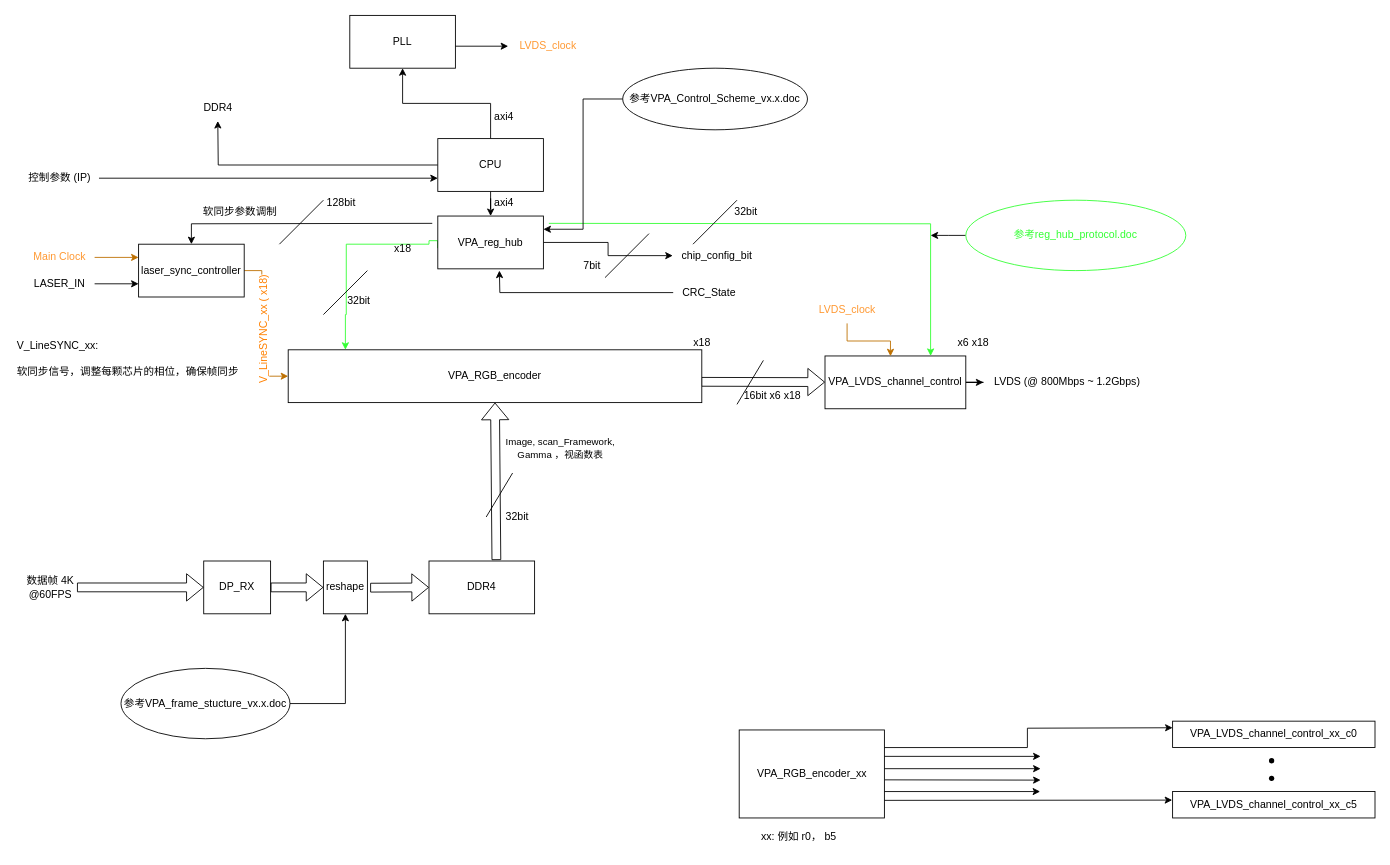
Before: 总体设计文档.drawio in rl3721/VPA_documents, a draw.io diagram. Source tidied: cells renumbered, new cells numbered last; positions are measured from the earlier drawing's top-left corner, leaving out a move shared by most shapes. Both pictures are drawn from the tidied source at 88%, with x=0, y=0 at pixel (15, 15).
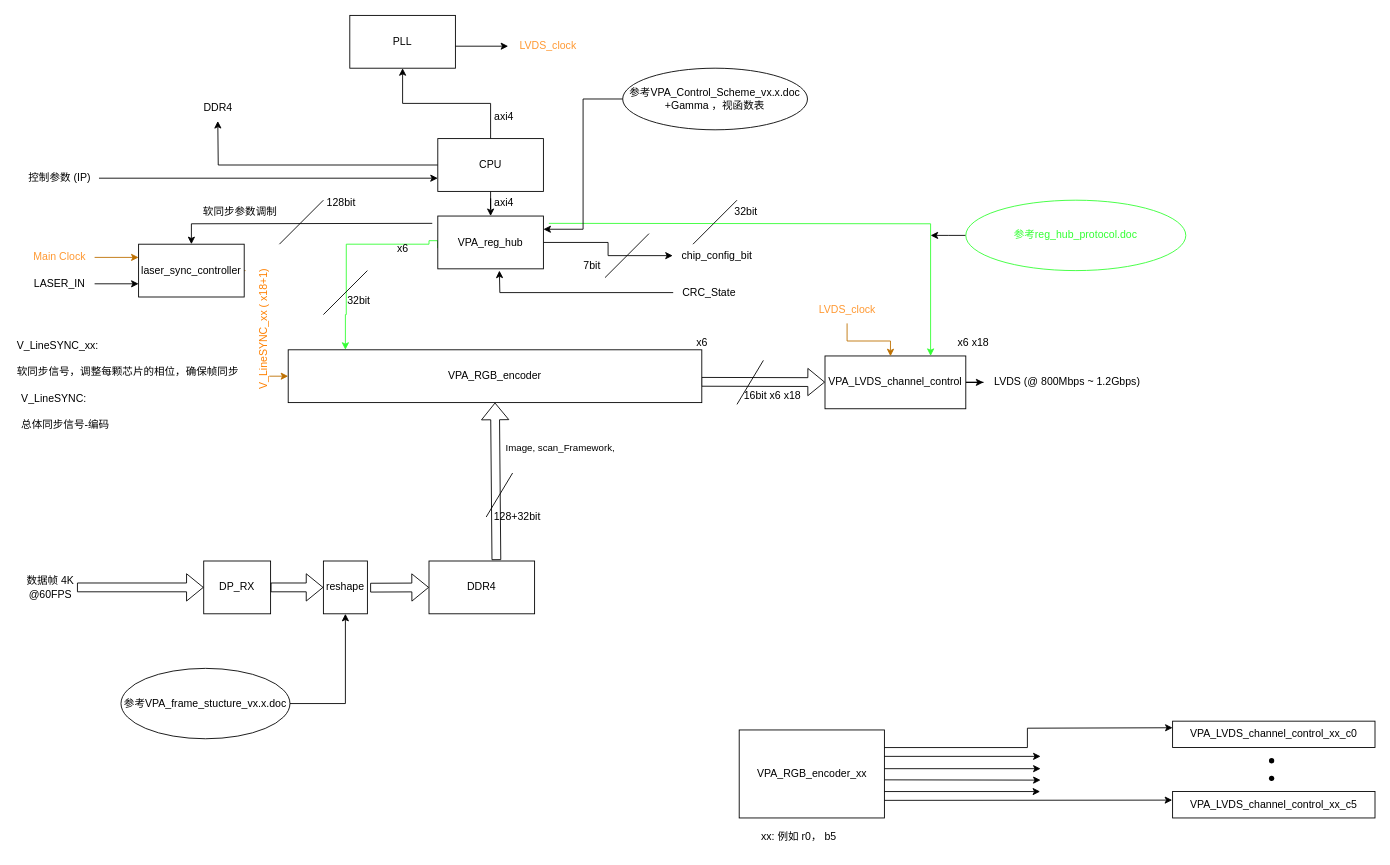
The same page after the edit.

Unchanged cells that the change refers to:
```xml
<mxCell id="2" style="endArrow=classic;html=1;rounded=0;exitX=1;exitY=0.5;exitDx=0;exitDy=0;entryX=0;entryY=0.5;entryDx=0;entryDy=0;fillColor=#f0a30a;strokeColor=#BD7000;" parent="1" edge="1" source="19">
  <mxGeometry relative="1" as="geometry">
    <mxPoint x="310" y="410" as="targetPoint" />
    <Array as="points">
      <mxPoint x="280" y="290" />
      <mxPoint x="280" y="410" />
    </Array>
  </mxGeometry>
</mxCell>
```

Diff of the diagram source:
```diff
@@
-    <mxCell id="3" value="&lt;br&gt;&lt;span style=&quot;font-family: Helvetica; font-size: 12px; font-style: normal; font-variant-ligatures: normal; font-variant-caps: normal; font-weight: 400; letter-spacing: normal; orphans: 2; text-align: center; text-indent: 0px; text-transform: none; widows: 2; word-spacing: 0px; -webkit-text-stroke-width: 0px; text-decoration-thickness: initial; text-decoration-style: initial; text-decoration-color: initial; float: none; display: inline !important;&quot;&gt;&lt;font style=&quot;&quot; color=&quot;#ff8000&quot;&gt;V_LineSYNC_xx ( x18)&lt;/font&gt;&lt;/span&gt;" style="edgeLabel;html=1;align=center;verticalAlign=middle;horizontal=0;" parent="2" vertex="1">
+    <mxCell id="3" value="&lt;br&gt;&lt;span style=&quot;font-family: Helvetica; font-size: 12px; font-style: normal; font-variant-ligatures: normal; font-variant-caps: normal; font-weight: 400; letter-spacing: normal; orphans: 2; text-align: center; text-indent: 0px; text-transform: none; widows: 2; word-spacing: 0px; -webkit-text-stroke-width: 0px; text-decoration-thickness: initial; text-decoration-style: initial; text-decoration-color: initial; float: none; display: inline !important;&quot;&gt;&lt;font style=&quot;&quot; color=&quot;#ff8000&quot;&gt;V_LineSYNC_xx ( x18+1)&lt;/font&gt;&lt;/span&gt;" style="edgeLabel;html=1;align=center;verticalAlign=middle;horizontal=0;" parent="2" vertex="1">
       <mxGeometry relative="1" as="geometry">
         <mxPoint x="-6" y="3" as="offset" />
       </mxGeometry>
     </mxCell>
@@
-    <mxCell id="23" value="参考VPA_Control_Scheme_vx.x.doc" style="ellipse;whiteSpace=wrap;html=1;" parent="1" vertex="1">
+    <mxCell id="23" value="参考VPA_Control_Scheme_vx.x.doc&lt;br&gt;+Gamma ，视函数表" style="ellipse;whiteSpace=wrap;html=1;" parent="1" vertex="1">
       <mxGeometry x="690.1" y="60" width="210" height="70" as="geometry" />
     </mxCell>
@@
-    <mxCell id="37" value="Image,&amp;nbsp;scan_Framework, &lt;br&gt;Gamma ，视函数表" style="edgeLabel;html=1;align=center;verticalAlign=middle;" parent="1" vertex="1">
+    <mxCell id="37" value="Image,&amp;nbsp;scan_Framework, &lt;br&gt;" style="edgeLabel;html=1;align=center;verticalAlign=middle;" parent="1" vertex="1">
       <mxGeometry x="610" y="490" as="geometry">
         <mxPoint x="8" y="1" as="offset" />
       </mxGeometry>
     </mxCell>
-    <mxCell id="38" value="x18" style="text;html=1;align=center;verticalAlign=middle;strokeColor=none;fillColor=none;" parent="1" vertex="1">
+    <mxCell id="38" value="x6" style="text;html=1;align=center;verticalAlign=middle;strokeColor=none;fillColor=none;" parent="1" vertex="1">
       <mxGeometry x="760" y="357" width="40" height="30" as="geometry" />
     </mxCell>
@@
-    <mxCell id="40" value="32bit" style="text;html=1;align=center;verticalAlign=middle;strokeColor=none;fillColor=none;" parent="1" vertex="1">
-      <mxGeometry x="545" y="555" width="50" height="30" as="geometry" />
+    <mxCell id="40" value="128+32bit" style="text;html=1;align=center;verticalAlign=middle;strokeColor=none;fillColor=none;" parent="1" vertex="1">
+      <mxGeometry x="530" y="555" width="80" height="30" as="geometry" />
     </mxCell>
@@
-    <mxCell id="60" value="x18" style="text;html=1;align=center;verticalAlign=middle;strokeColor=none;fillColor=none;" parent="1" vertex="1">
+    <mxCell id="60" value="x6" style="text;html=1;align=center;verticalAlign=middle;strokeColor=none;fillColor=none;" parent="1" vertex="1">
       <mxGeometry x="420" y="250" width="40" height="30" as="geometry" />
     </mxCell>
@@
+    <mxCell id="80" value="V_LineSYNC:&lt;br&gt;&lt;br&gt;总体同步信号-编码" style="text;html=1;align=left;verticalAlign=middle;strokeColor=none;fillColor=none;" parent="1" vertex="1">
+      <mxGeometry x="5" y="420" width="120" height="60" as="geometry" />
+    </mxCell>
```
